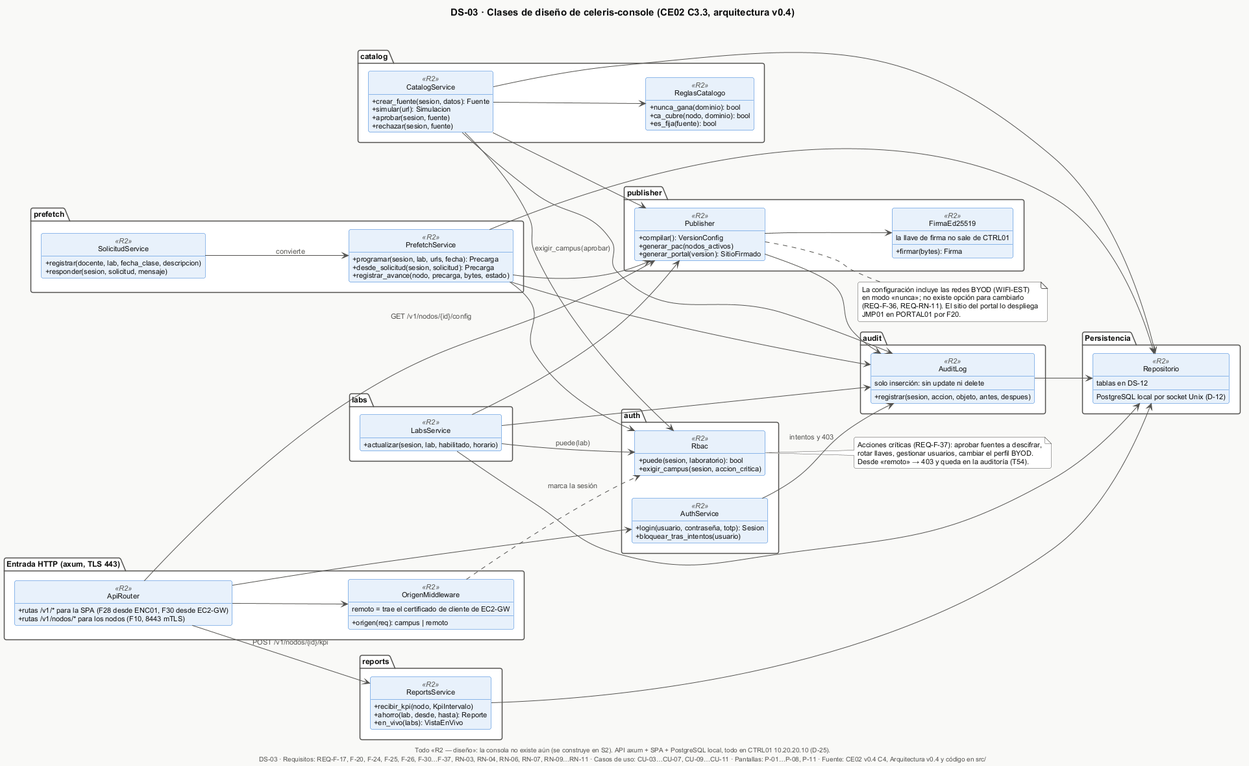
Before: docs/software/e1/diagramas/png/DS-03-clases-control.png, a diagram exported from PlantUML (Nick-Saim-MJ/Project-Celeris).
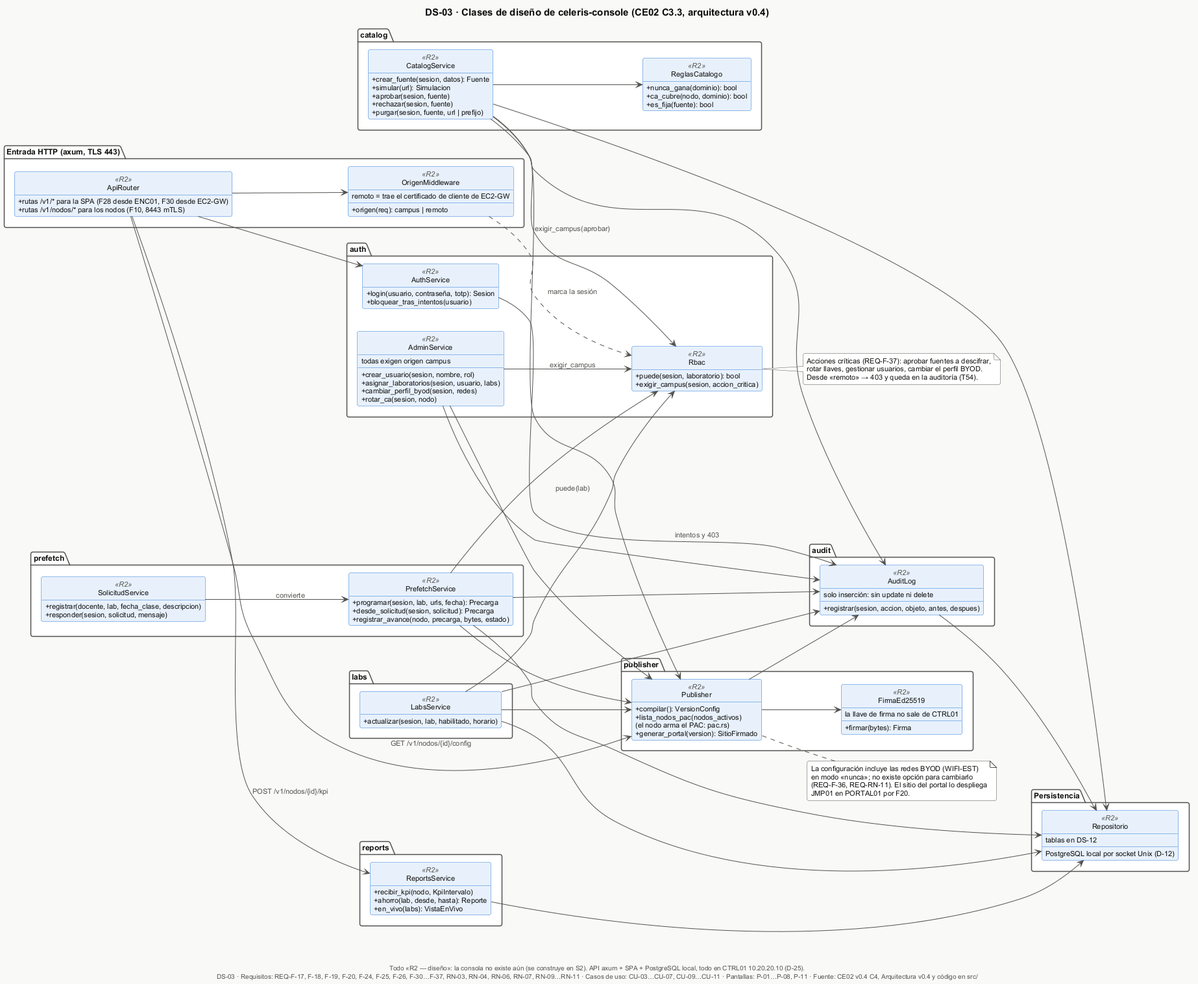
The same diagram one commit later.

The edit, as a diff of the source:
```diff
@@ -24,6 +24,13 @@
     + puede(sesion, laboratorio): bool
     + exigir_campus(sesion, accion_critica)
   }
+  class AdminService <<R2>> {
+    + crear_usuario(sesion, nombre, rol)
+    + asignar_laboratorios(sesion, usuario, labs)
+    + cambiar_perfil_byod(sesion, redes)
+    + rotar_ca(sesion, nodo)
+    todas exigen origen campus
+  }
 }
 
 package "catalog" {
@@ -32,6 +39,7 @@
     + simular(url): Simulacion
     + aprobar(sesion, fuente)
     + rechazar(sesion, fuente)
+    + purgar(sesion, fuente, url | prefijo)
   }
   class ReglasCatalogo <<R2>> {
     + nunca_gana(dominio): bool
@@ -61,7 +69,8 @@
 package "publisher" {
   class Publisher <<R2>> {
     + compilar(): VersionConfig
-    + generar_pac(nodos_activos)
+    + lista_nodos_pac(nodos_activos)
+    (el nodo arma el PAC: pac.rs)
     + generar_portal(version): SitioFirmado
   }
   class FirmaEd25519 <<R2>> {
@@ -96,6 +105,9 @@
 ApiRouter --> AuthService
 OrigenMiddleware ..> Rbac : marca la sesión
 CatalogService --> Rbac : exigir_campus(aprobar)
+AdminService --> Rbac : exigir_campus
+AdminService --> Publisher
+AdminService --> AuditLog
 CatalogService --> ReglasCatalogo
 LabsService --> Rbac : puede(lab)
 PrefetchService --> Rbac
@@ -129,5 +141,5 @@
   JMP01 en PORTAL01 por F20.
 end note
 
-$pie("DS-03", "REQ-F-17, F-20, F-24, F-25, F-26, F-30…F-37, RN-03, RN-04, RN-06, RN-07, RN-09…RN-11", "CU-03…CU-07, CU-09…CU-11", "P-01…P-08, P-11")
+$pie("DS-03", "REQ-F-17, F-18, F-19, F-20, F-24, F-25, F-26, F-30…F-37, RN-03, RN-04, RN-06, RN-07, RN-09…RN-11", "CU-03…CU-07, CU-09…CU-11", "P-01…P-08, P-11")
 @enduml
```
